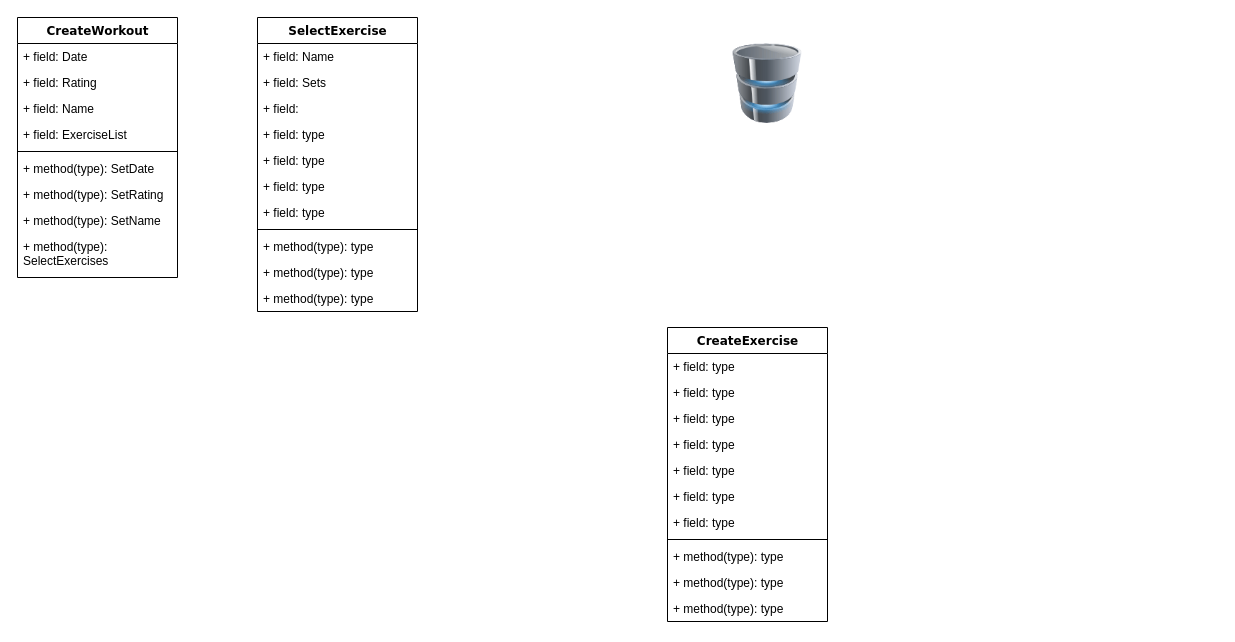
This is Gym_Tracker.drawio from WarwickLad/GymTracker, a draw.io file, before an edit. Source tidied: cells renumbered, new cells numbered last; positions are measured from the earlier drawing's top-left corner, leaving out a move shared by most shapes. Both pictures are drawn from the tidied source at 100%, with x=0, y=0 at pixel (17, 17).
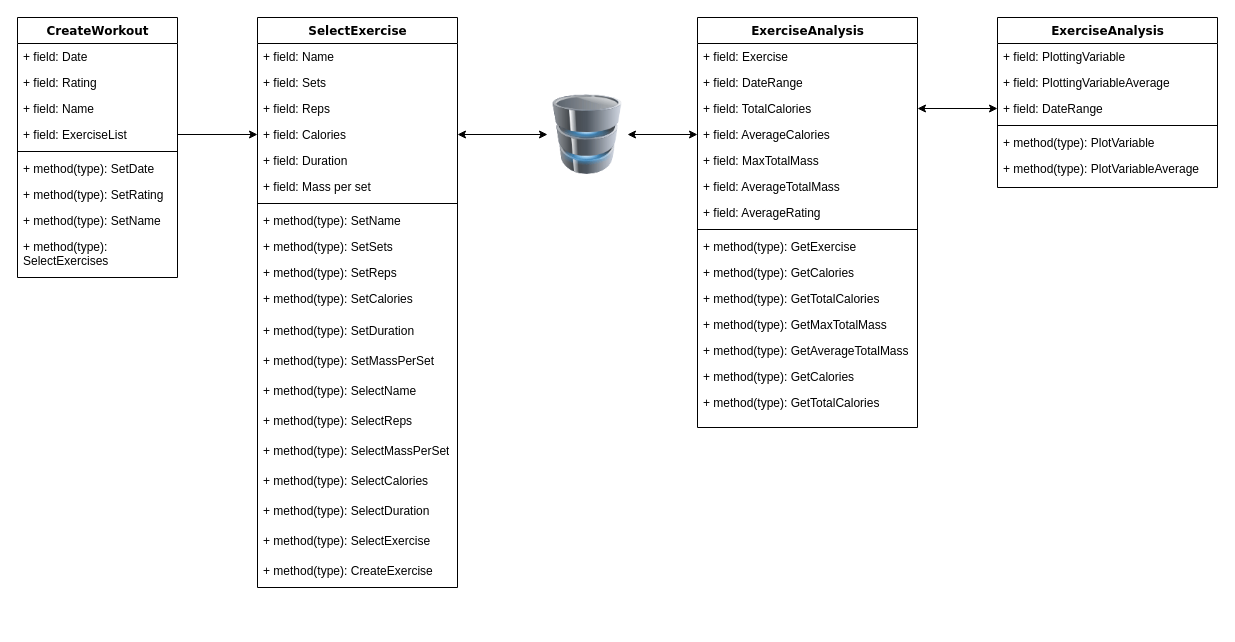
The same page after the edit.

The change refers to these unchanged cells:
```xml
<mxCell id="6" value="+ field: ExerciseList" style="text;html=1;strokeColor=none;fillColor=none;align=left;verticalAlign=top;spacingLeft=4;spacingRight=4;whiteSpace=wrap;overflow=hidden;points=[[0,0.5],[1,0.5]];portConstraint=eastwest;" parent="2" vertex="1">
  <mxGeometry y="104" width="160" height="26" as="geometry" />
</mxCell>
```

Change to the diagram source:
```diff
@@
-    <mxCell id="12" value="CreateExercise" style="swimlane;html=1;fontStyle=1;align=center;verticalAlign=top;horizontal=1;startSize=26;swimlaneFillColor=#ffffff;rounded=0;shadow=0;comic=0;labelBackgroundColor=none;strokeWidth=1;fillColor=none;fontFamily=Verdana;fontSize=12;" parent="1" vertex="1">
-      <mxGeometry x="650" y="310" width="160" height="294" as="geometry" />
+    <mxCell id="12" value="ExerciseAnalysis" style="swimlane;html=1;fontStyle=1;align=center;verticalAlign=top;horizontal=1;startSize=26;swimlaneFillColor=#ffffff;rounded=0;shadow=0;comic=0;labelBackgroundColor=none;strokeWidth=1;fillColor=none;fontFamily=Verdana;fontSize=12;" parent="1" vertex="1">
+      <mxGeometry x="680" width="220" height="410" as="geometry" />
     </mxCell>
-    <mxCell id="13" value="+ field: type" style="text;html=1;strokeColor=none;fillColor=none;align=left;verticalAlign=top;spacingLeft=4;spacingRight=4;whiteSpace=wrap;overflow=hidden;" parent="12" vertex="1">
-      <mxGeometry y="26" width="160" height="26" as="geometry" />
+    <mxCell id="13" value="+ field: Exercise" style="text;html=1;strokeColor=none;fillColor=none;align=left;verticalAlign=top;spacingLeft=4;spacingRight=4;whiteSpace=wrap;overflow=hidden;" parent="12" vertex="1">
+      <mxGeometry y="26" width="220" height="26" as="geometry" />
     </mxCell>
-    <mxCell id="14" value="+ field: type" style="text;html=1;strokeColor=none;fillColor=none;align=left;verticalAlign=top;spacingLeft=4;spacingRight=4;whiteSpace=wrap;overflow=hidden;" parent="12" vertex="1">
-      <mxGeometry y="52" width="160" height="26" as="geometry" />
+    <mxCell id="14" value="+ field: DateRange" style="text;html=1;strokeColor=none;fillColor=none;align=left;verticalAlign=top;spacingLeft=4;spacingRight=4;whiteSpace=wrap;overflow=hidden;" parent="12" vertex="1">
+      <mxGeometry y="52" width="220" height="26" as="geometry" />
     </mxCell>
-    <mxCell id="15" value="+ field: type" style="text;html=1;strokeColor=none;fillColor=none;align=left;verticalAlign=top;spacingLeft=4;spacingRight=4;whiteSpace=wrap;overflow=hidden;points=[[0,0.5],[1,0.5]];portConstraint=eastwest;" parent="12" vertex="1">
-      <mxGeometry y="78" width="160" height="26" as="geometry" />
+    <mxCell id="15" value="+ field: TotalCalories" style="text;html=1;strokeColor=none;fillColor=none;align=left;verticalAlign=top;spacingLeft=4;spacingRight=4;whiteSpace=wrap;overflow=hidden;points=[[0,0.5],[1,0.5]];portConstraint=eastwest;" parent="12" vertex="1">
+      <mxGeometry y="78" width="220" height="26" as="geometry" />
     </mxCell>
+    <mxCell id="37" value="+ field: AverageCalories" style="text;html=1;strokeColor=none;fillColor=none;align=left;verticalAlign=top;spacingLeft=4;spacingRight=4;whiteSpace=wrap;overflow=hidden;points=[[0,0.5],[1,0.5]];portConstraint=eastwest;" parent="12" vertex="1">
+      <mxGeometry y="104" width="220" height="26" as="geometry" />
+    </mxCell>
-    <mxCell id="16" value="+ field: type" style="text;html=1;strokeColor=none;fillColor=none;align=left;verticalAlign=top;spacingLeft=4;spacingRight=4;whiteSpace=wrap;overflow=hidden;" parent="12" vertex="1">
-      <mxGeometry y="104" width="160" height="26" as="geometry" />
+    <mxCell id="16" value="+ field: MaxTotalMass" style="text;html=1;strokeColor=none;fillColor=none;align=left;verticalAlign=top;spacingLeft=4;spacingRight=4;whiteSpace=wrap;overflow=hidden;" parent="12" vertex="1">
+      <mxGeometry y="130" width="220" height="26" as="geometry" />
     </mxCell>
-    <mxCell id="17" value="+ field: type" style="text;html=1;strokeColor=none;fillColor=none;align=left;verticalAlign=top;spacingLeft=4;spacingRight=4;whiteSpace=wrap;overflow=hidden;" parent="12" vertex="1">
-      <mxGeometry y="130" width="160" height="26" as="geometry" />
+    <mxCell id="17" value="+ field: AverageTotalMass" style="text;html=1;strokeColor=none;fillColor=none;align=left;verticalAlign=top;spacingLeft=4;spacingRight=4;whiteSpace=wrap;overflow=hidden;" parent="12" vertex="1">
+      <mxGeometry y="156" width="220" height="26" as="geometry" />
     </mxCell>
-    <mxCell id="18" value="+ field: type" style="text;html=1;strokeColor=none;fillColor=none;align=left;verticalAlign=top;spacingLeft=4;spacingRight=4;whiteSpace=wrap;overflow=hidden;" parent="12" vertex="1">
-      <mxGeometry y="156" width="160" height="26" as="geometry" />
+    <mxCell id="18" value="+ field: AverageRating" style="text;html=1;strokeColor=none;fillColor=none;align=left;verticalAlign=top;spacingLeft=4;spacingRight=4;whiteSpace=wrap;overflow=hidden;" parent="12" vertex="1">
+      <mxGeometry y="182" width="220" height="26" as="geometry" />
     </mxCell>
-    <mxCell id="19" value="+ field: type" style="text;html=1;strokeColor=none;fillColor=none;align=left;verticalAlign=top;spacingLeft=4;spacingRight=4;whiteSpace=wrap;overflow=hidden;" parent="12" vertex="1">
-      <mxGeometry y="182" width="160" height="26" as="geometry" />
-    </mxCell>
     <mxCell id="20" style="line;html=1;strokeWidth=1;fillColor=none;align=left;verticalAlign=middle;spacingTop=-1;spacingLeft=3;spacingRight=3;labelPosition=right;" parent="12" vertex="1">
-      <mxGeometry y="208" width="160" height="8" as="geometry" />
+      <mxGeometry y="208" width="220" height="8" as="geometry" />
     </mxCell>
-    <mxCell id="21" value="+ method(type): type" style="text;html=1;strokeColor=none;fillColor=none;align=left;verticalAlign=top;spacingLeft=4;spacingRight=4;whiteSpace=wrap;overflow=hidden;" parent="12" vertex="1">
-      <mxGeometry y="216" width="160" height="26" as="geometry" />
+    <mxCell id="21" value="+ method(type): GetExercise" style="text;html=1;strokeColor=none;fillColor=none;align=left;verticalAlign=top;spacingLeft=4;spacingRight=4;whiteSpace=wrap;overflow=hidden;" parent="12" vertex="1">
+      <mxGeometry y="216" width="220" height="26" as="geometry" />
     </mxCell>
-    <mxCell id="22" value="+ method(type): type" style="text;html=1;strokeColor=none;fillColor=none;align=left;verticalAlign=top;spacingLeft=4;spacingRight=4;whiteSpace=wrap;overflow=hidden;" parent="12" vertex="1">
-      <mxGeometry y="242" width="160" height="26" as="geometry" />
+    <mxCell id="22" value="+ method(type): GetCalories" style="text;html=1;strokeColor=none;fillColor=none;align=left;verticalAlign=top;spacingLeft=4;spacingRight=4;whiteSpace=wrap;overflow=hidden;" parent="12" vertex="1">
+      <mxGeometry y="242" width="220" height="26" as="geometry" />
     </mxCell>
-    <mxCell id="23" value="+ method(type): type" style="text;html=1;strokeColor=none;fillColor=none;align=left;verticalAlign=top;spacingLeft=4;spacingRight=4;whiteSpace=wrap;overflow=hidden;" parent="12" vertex="1">
-      <mxGeometry y="268" width="160" height="26" as="geometry" />
+    <mxCell id="23" value="+ method(type): GetTotalCalories" style="text;html=1;strokeColor=none;fillColor=none;align=left;verticalAlign=top;spacingLeft=4;spacingRight=4;whiteSpace=wrap;overflow=hidden;" parent="12" vertex="1">
+      <mxGeometry y="268" width="220" height="26" as="geometry" />
     </mxCell>
+    <mxCell id="38" value="+ method(type): GetMaxTotalMass" style="text;html=1;strokeColor=none;fillColor=none;align=left;verticalAlign=top;spacingLeft=4;spacingRight=4;whiteSpace=wrap;overflow=hidden;" parent="12" vertex="1">
+      <mxGeometry y="294" width="220" height="26" as="geometry" />
+    </mxCell>
+    <mxCell id="39" value="+ method(type): GetAverageTotalMass" style="text;html=1;strokeColor=none;fillColor=none;align=left;verticalAlign=top;spacingLeft=4;spacingRight=4;whiteSpace=wrap;overflow=hidden;" parent="12" vertex="1">
+      <mxGeometry y="320" width="220" height="26" as="geometry" />
+    </mxCell>
+    <mxCell id="40" value="+ method(type): GetCalories" style="text;html=1;strokeColor=none;fillColor=none;align=left;verticalAlign=top;spacingLeft=4;spacingRight=4;whiteSpace=wrap;overflow=hidden;" parent="12" vertex="1">
+      <mxGeometry y="346" width="220" height="26" as="geometry" />
+    </mxCell>
+    <mxCell id="41" value="+ method(type): GetTotalCalories" style="text;html=1;strokeColor=none;fillColor=none;align=left;verticalAlign=top;spacingLeft=4;spacingRight=4;whiteSpace=wrap;overflow=hidden;" parent="12" vertex="1">
+      <mxGeometry y="372" width="220" height="26" as="geometry" />
+    </mxCell>
     <mxCell id="24" value="SelectExercise" style="swimlane;html=1;fontStyle=1;align=center;verticalAlign=top;horizontal=1;startSize=26;swimlaneFillColor=#ffffff;rounded=0;shadow=0;comic=0;labelBackgroundColor=none;strokeWidth=1;fillColor=none;fontFamily=Verdana;fontSize=12;" parent="1" vertex="1">
-      <mxGeometry x="240" width="160" height="294" as="geometry" />
+      <mxGeometry x="240" width="200" height="570" as="geometry" />
     </mxCell>
     <mxCell id="25" value="+ field: Name" style="text;html=1;strokeColor=none;fillColor=none;align=left;verticalAlign=top;spacingLeft=4;spacingRight=4;whiteSpace=wrap;overflow=hidden;" parent="24" vertex="1">
-      <mxGeometry y="26" width="160" height="26" as="geometry" />
+      <mxGeometry y="26" width="200" height="26" as="geometry" />
     </mxCell>
     <mxCell id="26" value="+ field: Sets" style="text;html=1;strokeColor=none;fillColor=none;align=left;verticalAlign=top;spacingLeft=4;spacingRight=4;whiteSpace=wrap;overflow=hidden;" parent="24" vertex="1">
-      <mxGeometry y="52" width="160" height="26" as="geometry" />
+      <mxGeometry y="52" width="200" height="26" as="geometry" />
     </mxCell>
-    <mxCell id="27" value="+ field:&amp;nbsp;" style="text;html=1;strokeColor=none;fillColor=none;align=left;verticalAlign=top;spacingLeft=4;spacingRight=4;whiteSpace=wrap;overflow=hidden;" parent="24" vertex="1">
-      <mxGeometry y="78" width="160" height="26" as="geometry" />
+    <mxCell id="27" value="+ field: Reps" style="text;html=1;strokeColor=none;fillColor=none;align=left;verticalAlign=top;spacingLeft=4;spacingRight=4;whiteSpace=wrap;overflow=hidden;" parent="24" vertex="1">
+      <mxGeometry y="78" width="200" height="26" as="geometry" />
     </mxCell>
-    <mxCell id="28" value="+ field: type" style="text;html=1;strokeColor=none;fillColor=none;align=left;verticalAlign=top;spacingLeft=4;spacingRight=4;whiteSpace=wrap;overflow=hidden;points=[[0,0.5],[1,0.5]];portConstraint=eastwest;" parent="24" vertex="1">
-      <mxGeometry y="104" width="160" height="26" as="geometry" />
+    <mxCell id="28" value="+ field: Calories" style="text;html=1;strokeColor=none;fillColor=none;align=left;verticalAlign=top;spacingLeft=4;spacingRight=4;whiteSpace=wrap;overflow=hidden;points=[[0,0.5],[1,0.5]];portConstraint=eastwest;" parent="24" vertex="1">
+      <mxGeometry y="104" width="200" height="26" as="geometry" />
     </mxCell>
-    <mxCell id="29" value="+ field: type" style="text;html=1;strokeColor=none;fillColor=none;align=left;verticalAlign=top;spacingLeft=4;spacingRight=4;whiteSpace=wrap;overflow=hidden;" parent="24" vertex="1">
-      <mxGeometry y="130" width="160" height="26" as="geometry" />
+    <mxCell id="29" value="+ field: Duration" style="text;html=1;strokeColor=none;fillColor=none;align=left;verticalAlign=top;spacingLeft=4;spacingRight=4;whiteSpace=wrap;overflow=hidden;" parent="24" vertex="1">
+      <mxGeometry y="130" width="200" height="26" as="geometry" />
     </mxCell>
-    <mxCell id="30" value="+ field: type" style="text;html=1;strokeColor=none;fillColor=none;align=left;verticalAlign=top;spacingLeft=4;spacingRight=4;whiteSpace=wrap;overflow=hidden;" parent="24" vertex="1">
-      <mxGeometry y="156" width="160" height="26" as="geometry" />
+    <mxCell id="30" value="+ field: Mass per set" style="text;html=1;strokeColor=none;fillColor=none;align=left;verticalAlign=top;spacingLeft=4;spacingRight=4;whiteSpace=wrap;overflow=hidden;" parent="24" vertex="1">
+      <mxGeometry y="156" width="200" height="26" as="geometry" />
     </mxCell>
-    <mxCell id="31" value="+ field: type" style="text;html=1;strokeColor=none;fillColor=none;align=left;verticalAlign=top;spacingLeft=4;spacingRight=4;whiteSpace=wrap;overflow=hidden;" parent="24" vertex="1">
-      <mxGeometry y="182" width="160" height="26" as="geometry" />
-    </mxCell>
     <mxCell id="32" style="line;html=1;strokeWidth=1;fillColor=none;align=left;verticalAlign=middle;spacingTop=-1;spacingLeft=3;spacingRight=3;labelPosition=right;" parent="24" vertex="1">
-      <mxGeometry y="208" width="160" height="8" as="geometry" />
+      <mxGeometry y="182" width="200" height="8" as="geometry" />
     </mxCell>
-    <mxCell id="33" value="+ method(type): type" style="text;html=1;strokeColor=none;fillColor=none;align=left;verticalAlign=top;spacingLeft=4;spacingRight=4;whiteSpace=wrap;overflow=hidden;" parent="24" vertex="1">
-      <mxGeometry y="216" width="160" height="26" as="geometry" />
+    <mxCell id="33" value="+ method(type): SetName" style="text;html=1;strokeColor=none;fillColor=none;align=left;verticalAlign=top;spacingLeft=4;spacingRight=4;whiteSpace=wrap;overflow=hidden;" parent="24" vertex="1">
+      <mxGeometry y="190" width="200" height="26" as="geometry" />
     </mxCell>
-    <mxCell id="34" value="+ method(type): type" style="text;html=1;strokeColor=none;fillColor=none;align=left;verticalAlign=top;spacingLeft=4;spacingRight=4;whiteSpace=wrap;overflow=hidden;" parent="24" vertex="1">
-      <mxGeometry y="242" width="160" height="26" as="geometry" />
+    <mxCell id="34" value="+ method(type): SetSets" style="text;html=1;strokeColor=none;fillColor=none;align=left;verticalAlign=top;spacingLeft=4;spacingRight=4;whiteSpace=wrap;overflow=hidden;" parent="24" vertex="1">
+      <mxGeometry y="216" width="200" height="26" as="geometry" />
     </mxCell>
-    <mxCell id="35" value="+ method(type): type" style="text;html=1;strokeColor=none;fillColor=none;align=left;verticalAlign=top;spacingLeft=4;spacingRight=4;whiteSpace=wrap;overflow=hidden;" parent="24" vertex="1">
-      <mxGeometry y="268" width="160" height="26" as="geometry" />
+    <mxCell id="35" value="+ method(type): SetReps" style="text;html=1;strokeColor=none;fillColor=none;align=left;verticalAlign=top;spacingLeft=4;spacingRight=4;whiteSpace=wrap;overflow=hidden;" parent="24" vertex="1">
+      <mxGeometry y="242" width="200" height="26" as="geometry" />
     </mxCell>
+    <mxCell id="42" value="+ method(type): SetCalories" style="text;html=1;strokeColor=none;fillColor=none;align=left;verticalAlign=top;spacingLeft=4;spacingRight=4;whiteSpace=wrap;overflow=hidden;" parent="24" vertex="1">
+      <mxGeometry y="268" width="200" height="32" as="geometry" />
+    </mxCell>
+    <mxCell id="43" value="+ method(type): SetDuration" style="text;html=1;strokeColor=none;fillColor=none;align=left;verticalAlign=top;spacingLeft=4;spacingRight=4;whiteSpace=wrap;overflow=hidden;" parent="24" vertex="1">
+      <mxGeometry y="300" width="200" height="30" as="geometry" />
+    </mxCell>
+    <mxCell id="44" value="+ method(type): SetMassPerSet" style="text;html=1;strokeColor=none;fillColor=none;align=left;verticalAlign=top;spacingLeft=4;spacingRight=4;whiteSpace=wrap;overflow=hidden;" parent="24" vertex="1">
+      <mxGeometry y="330" width="200" height="30" as="geometry" />
+    </mxCell>
+    <mxCell id="45" value="+ method(type): SelectName" style="text;html=1;strokeColor=none;fillColor=none;align=left;verticalAlign=top;spacingLeft=4;spacingRight=4;whiteSpace=wrap;overflow=hidden;" parent="24" vertex="1">
+      <mxGeometry y="360" width="200" height="30" as="geometry" />
+    </mxCell>
+    <mxCell id="46" value="+ method(type): SelectReps" style="text;html=1;strokeColor=none;fillColor=none;align=left;verticalAlign=top;spacingLeft=4;spacingRight=4;whiteSpace=wrap;overflow=hidden;" parent="24" vertex="1">
+      <mxGeometry y="390" width="200" height="30" as="geometry" />
+    </mxCell>
+    <mxCell id="47" value="+ method(type): SelectMassPerSet" style="text;html=1;strokeColor=none;fillColor=none;align=left;verticalAlign=top;spacingLeft=4;spacingRight=4;whiteSpace=wrap;overflow=hidden;" parent="24" vertex="1">
+      <mxGeometry y="420" width="200" height="30" as="geometry" />
+    </mxCell>
+    <mxCell id="48" value="+ method(type): SelectCalories" style="text;html=1;strokeColor=none;fillColor=none;align=left;verticalAlign=top;spacingLeft=4;spacingRight=4;whiteSpace=wrap;overflow=hidden;" parent="24" vertex="1">
+      <mxGeometry y="450" width="200" height="30" as="geometry" />
+    </mxCell>
+    <mxCell id="49" value="+ method(type): SelectDuration" style="text;html=1;strokeColor=none;fillColor=none;align=left;verticalAlign=top;spacingLeft=4;spacingRight=4;whiteSpace=wrap;overflow=hidden;" parent="24" vertex="1">
+      <mxGeometry y="480" width="200" height="30" as="geometry" />
+    </mxCell>
+    <mxCell id="50" value="+ method(type): SelectExercise" style="text;html=1;strokeColor=none;fillColor=none;align=left;verticalAlign=top;spacingLeft=4;spacingRight=4;whiteSpace=wrap;overflow=hidden;" parent="24" vertex="1">
+      <mxGeometry y="510" width="200" height="30" as="geometry" />
+    </mxCell>
+    <mxCell id="51" value="+ method(type): CreateExercise" style="text;html=1;strokeColor=none;fillColor=none;align=left;verticalAlign=top;spacingLeft=4;spacingRight=4;whiteSpace=wrap;overflow=hidden;" parent="24" vertex="1">
+      <mxGeometry y="540" width="200" height="30" as="geometry" />
+    </mxCell>
     <mxCell id="36" style="image;html=1;labelBackgroundColor=#ffffff;image=img/lib/clip_art/computers/Database_128x128.png;" parent="1" vertex="1">
-      <mxGeometry x="710" y="26" width="80" height="80" as="geometry" />
+      <mxGeometry x="530" y="77" width="80" height="80" as="geometry" />
     </mxCell>
+    <mxCell id="52" style="endArrow=classic;html=1;exitX=1;exitY=0.5;exitDx=0;exitDy=0;entryX=0;entryY=0.5;entryDx=0;entryDy=0;" parent="1" edge="1" source="6" target="28">
+      <mxGeometry relative="1" as="geometry" />
+    </mxCell>
+    <mxCell id="53" style="endArrow=classic;startArrow=classic;html=1;entryX=1;entryY=0.5;entryDx=0;entryDy=0;exitX=0;exitY=0.5;exitDx=0;exitDy=0;" parent="1" edge="1" source="36" target="28">
+      <mxGeometry relative="1" as="geometry" />
+    </mxCell>
+    <mxCell id="54" style="endArrow=classic;startArrow=classic;html=1;entryX=0;entryY=0.5;entryDx=0;entryDy=0;exitX=1;exitY=0.5;exitDx=0;exitDy=0;" parent="1" edge="1" source="36" target="37">
+      <mxGeometry relative="1" as="geometry" />
+    </mxCell>
+    <mxCell id="55" value="ExerciseAnalysis" style="swimlane;html=1;fontStyle=1;align=center;verticalAlign=top;horizontal=1;startSize=26;swimlaneFillColor=#ffffff;rounded=0;shadow=0;comic=0;labelBackgroundColor=none;strokeWidth=1;fillColor=none;fontFamily=Verdana;fontSize=12;" parent="1" vertex="1">
+      <mxGeometry x="980" width="220" height="170" as="geometry" />
+    </mxCell>
+    <mxCell id="56" value="+ field: PlottingVariable" style="text;html=1;strokeColor=none;fillColor=none;align=left;verticalAlign=top;spacingLeft=4;spacingRight=4;whiteSpace=wrap;overflow=hidden;" parent="55" vertex="1">
+      <mxGeometry y="26" width="220" height="26" as="geometry" />
+    </mxCell>
+    <mxCell id="57" value="+ field: PlottingVariableAverage" style="text;html=1;strokeColor=none;fillColor=none;align=left;verticalAlign=top;spacingLeft=4;spacingRight=4;whiteSpace=wrap;overflow=hidden;" parent="55" vertex="1">
+      <mxGeometry y="52" width="220" height="26" as="geometry" />
+    </mxCell>
+    <mxCell id="58" value="+ field: DateRange" style="text;html=1;strokeColor=none;fillColor=none;align=left;verticalAlign=top;spacingLeft=4;spacingRight=4;whiteSpace=wrap;overflow=hidden;points=[[0,0.5],[1,0.5]];portConstraint=eastwest;" parent="55" vertex="1">
+      <mxGeometry y="78" width="220" height="26" as="geometry" />
+    </mxCell>
+    <mxCell id="59" style="line;html=1;strokeWidth=1;fillColor=none;align=left;verticalAlign=middle;spacingTop=-1;spacingLeft=3;spacingRight=3;labelPosition=right;" parent="55" vertex="1">
+      <mxGeometry y="104" width="220" height="8" as="geometry" />
+    </mxCell>
+    <mxCell id="60" value="+ method(type): PlotVariable" style="text;html=1;strokeColor=none;fillColor=none;align=left;verticalAlign=top;spacingLeft=4;spacingRight=4;whiteSpace=wrap;overflow=hidden;" parent="55" vertex="1">
+      <mxGeometry y="112" width="220" height="26" as="geometry" />
+    </mxCell>
+    <mxCell id="61" value="+ method(type): PlotVariableAverage" style="text;html=1;strokeColor=none;fillColor=none;align=left;verticalAlign=top;spacingLeft=4;spacingRight=4;whiteSpace=wrap;overflow=hidden;" parent="55" vertex="1">
+      <mxGeometry y="138" width="220" height="26" as="geometry" />
+    </mxCell>
+    <mxCell id="62" style="endArrow=classic;startArrow=classic;html=1;entryX=1;entryY=0.5;entryDx=0;entryDy=0;exitX=0;exitY=0.5;exitDx=0;exitDy=0;" parent="1" edge="1" source="58" target="15">
+      <mxGeometry relative="1" as="geometry" />
+    </mxCell>
```
